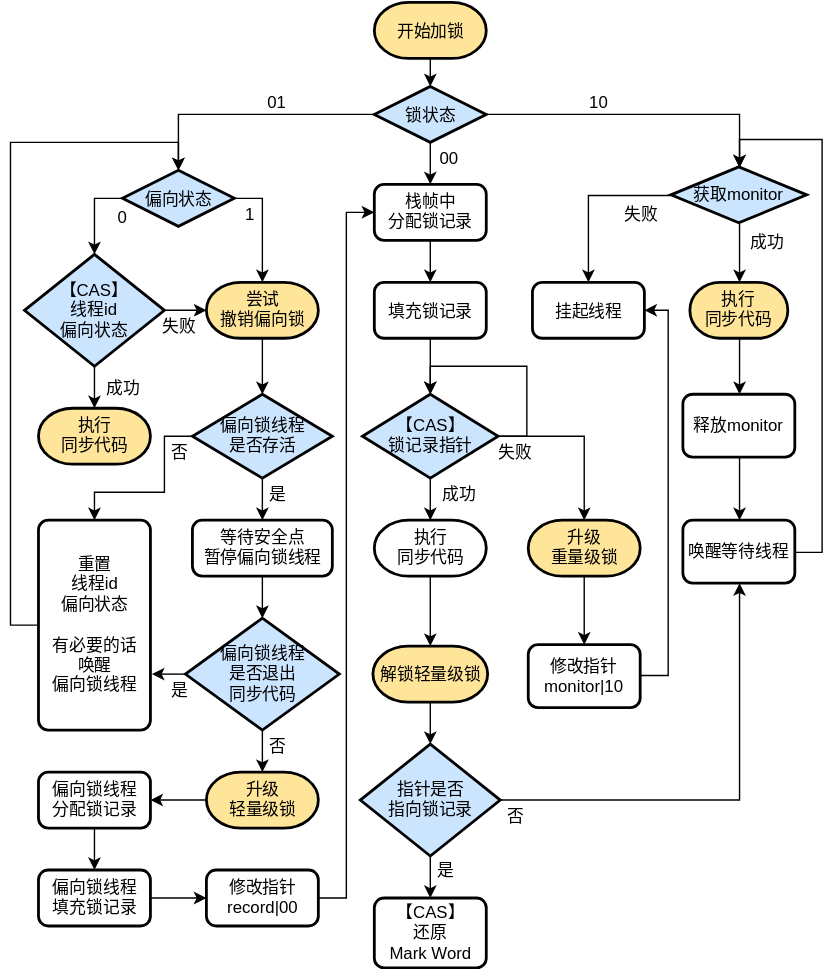
Earlier version of the draw.io export posts/程序设计/Java/jvm/synchronized.svg (sunn4room/blog). Source tidied: cells renumbered, new cells last; positions are measured from the earlier drawing's top-left corner, leaving out a move shared by most shapes.
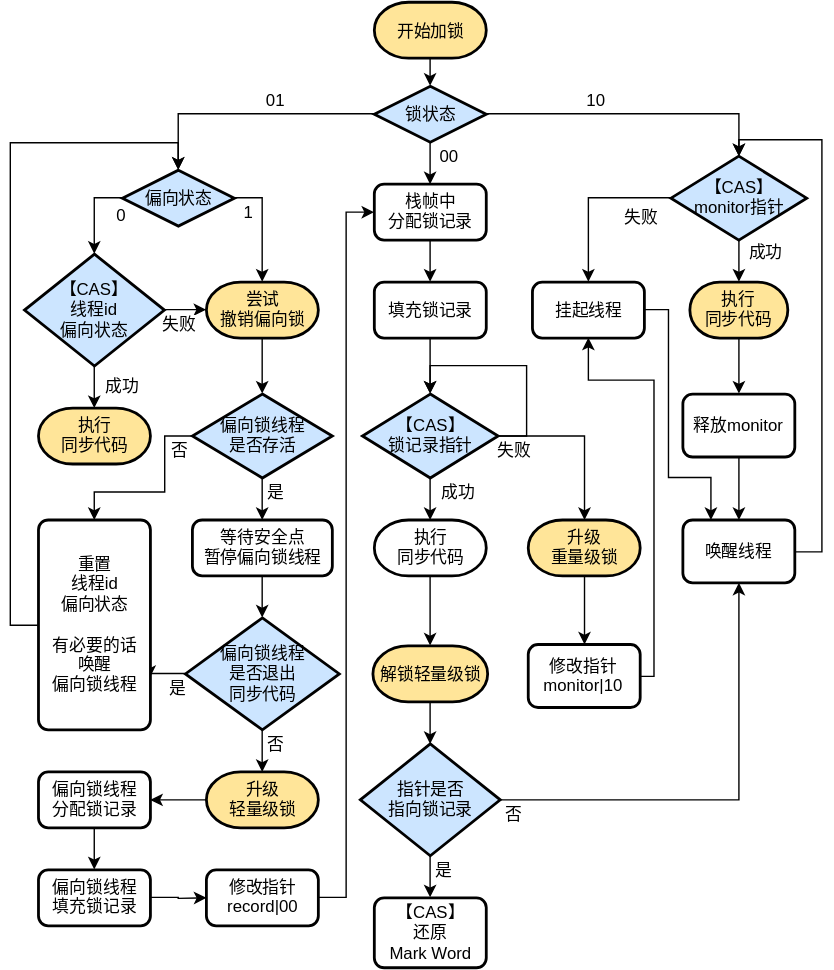
Above is the later version.

What changed in the source:
```diff
@@ -224,11 +224,12 @@
     <mxCell id="61" value="升级&lt;br&gt;轻量级锁" style="strokeWidth=2;html=1;shape=mxgraph.flowchart.terminator;whiteSpace=wrap;fillColor=#FFE599;" parent="1" vertex="1">
       <mxGeometry x="130" y="550" width="80" height="40" as="geometry" />
     </mxCell>
-    <mxCell id="62" style="edgeStyle=orthogonalEdgeStyle;rounded=0;jettySize=auto;html=1;exitX=1;exitY=0.5;exitDx=0;exitDy=0;entryX=1;entryY=0.5;entryDx=0;entryDy=0;" parent="1" edge="1" source="63" target="81">
+    <mxCell id="62" style="edgeStyle=orthogonalEdgeStyle;rounded=0;jettySize=auto;html=1;exitX=1;exitY=0.5;exitDx=0;exitDy=0;entryX=0.5;entryY=1;entryDx=0;entryDy=0;" parent="1" edge="1" source="63" target="81">
       <mxGeometry relative="1" as="geometry">
         <Array as="points">
-          <mxPoint x="460" y="481" />
-          <mxPoint x="460" y="220" />
+          <mxPoint x="450" y="482" />
+          <mxPoint x="450" y="270" />
+          <mxPoint x="403" y="270" />
         </Array>
       </mxGeometry>
     </mxCell>
@@ -271,8 +272,8 @@
         <mxPoint x="5" y="12.5" as="offset" />
       </mxGeometry>
     </mxCell>
-    <mxCell id="74" value="获取monitor" style="strokeWidth=2;html=1;shape=mxgraph.flowchart.decision;whiteSpace=wrap;fillColor=#CCE5FF;" parent="1" vertex="1">
-      <mxGeometry x="462" y="117.5" width="97" height="40" as="geometry" />
+    <mxCell id="74" value="【CAS】&lt;br&gt;monitor指针" style="strokeWidth=2;html=1;shape=mxgraph.flowchart.decision;whiteSpace=wrap;fillColor=#CCE5FF;" parent="1" vertex="1">
+      <mxGeometry x="462" y="110" width="97" height="60" as="geometry" />
     </mxCell>
     <mxCell id="75" style="edgeStyle=orthogonalEdgeStyle;rounded=0;jettySize=auto;html=1;exitX=0.5;exitY=1;exitDx=0;exitDy=0;entryX=0.5;entryY=0;entryDx=0;entryDy=0;" parent="1" edge="1" source="76" target="80">
       <mxGeometry relative="1" as="geometry" />
@@ -295,9 +296,18 @@
         </Array>
       </mxGeometry>
     </mxCell>
-    <mxCell id="80" value="唤醒等待线程" style="rounded=1;whiteSpace=wrap;html=1;absoluteArcSize=1;arcSize=14;strokeWidth=2;" parent="1" vertex="1">
+    <mxCell id="80" value="唤醒线程" style="rounded=1;whiteSpace=wrap;html=1;absoluteArcSize=1;arcSize=14;strokeWidth=2;" parent="1" vertex="1">
       <mxGeometry x="470.5" y="370" width="80" height="45" as="geometry" />
     </mxCell>
+    <mxCell id="82" style="edgeStyle=orthogonalEdgeStyle;rounded=0;jettySize=auto;html=1;exitX=1;exitY=0.5;exitDx=0;exitDy=0;entryX=0.25;entryY=0;entryDx=0;entryDy=0;" parent="1" edge="1" source="81" target="80">
+      <mxGeometry relative="1" as="geometry">
+        <Array as="points">
+          <mxPoint x="460" y="220" />
+          <mxPoint x="460" y="340" />
+          <mxPoint x="491" y="340" />
+        </Array>
+      </mxGeometry>
+    </mxCell>
     <mxCell id="81" value="挂起线程" style="rounded=1;whiteSpace=wrap;html=1;absoluteArcSize=1;arcSize=14;strokeWidth=2;" parent="1" vertex="1">
       <mxGeometry x="363" y="200" width="80" height="40" as="geometry" />
     </mxCell>
```
